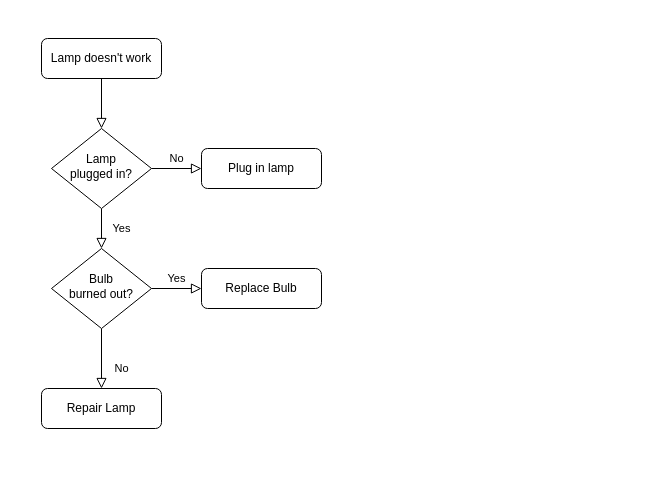
periskaranga/periskaranga.github.io keeps this draw.io diagram as Trackerproject.drawio. Above is the earlier version. Source tidied: cells renumbered, new cells numbered last; positions are measured from the earlier drawing's top-left corner, leaving out a move shared by most shapes. Both pictures are drawn from the tidied source at 100%, with x=0, y=0 at pixel (41, 38).
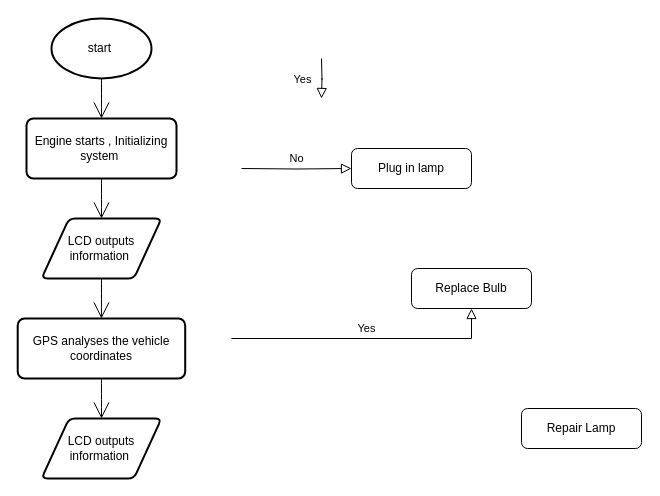
Above is the later version.

The edit, as a diff of the source:
```diff
@@
-    <mxCell id="2" style="rounded=0;html=1;jettySize=auto;fontSize=11;endArrow=block;endFill=0;endSize=8;strokeWidth=1;shadow=0;labelBackgroundColor=none;edgeStyle=orthogonalEdgeStyle;" parent="1" edge="1" source="3" target="6">
-      <mxGeometry relative="1" as="geometry" />
-    </mxCell>
-    <mxCell id="3" value="Lamp doesn't work" style="rounded=1;whiteSpace=wrap;html=1;fontSize=12;glass=0;strokeWidth=1;shadow=0;" parent="1" vertex="1">
-      <mxGeometry width="120" height="40" as="geometry" />
-    </mxCell>
-    <mxCell id="4" value="Yes" style="rounded=0;html=1;jettySize=auto;fontSize=11;endArrow=block;endFill=0;endSize=8;strokeWidth=1;shadow=0;labelBackgroundColor=none;edgeStyle=orthogonalEdgeStyle;" parent="1" edge="1" source="6" target="10">
-      <mxGeometry y="20" relative="1" as="geometry" />
+    <mxCell id="4" value="Yes" style="rounded=0;html=1;jettySize=auto;orthogonalLoop=1;fontSize=11;endArrow=block;endFill=0;endSize=8;strokeWidth=1;shadow=0;labelBackgroundColor=none;edgeStyle=orthogonalEdgeStyle;" parent="1" edge="1">
+      <mxGeometry y="20" relative="1" as="geometry">
+        <mxPoint x="280" y="20" as="sourcePoint" />
+        <mxPoint x="280" y="60" as="targetPoint" />
+      </mxGeometry>
     </mxCell>
-    <mxCell id="5" value="No" style="edgeStyle=orthogonalEdgeStyle;rounded=0;html=1;jettySize=auto;fontSize=11;endArrow=block;endFill=0;endSize=8;strokeWidth=1;shadow=0;labelBackgroundColor=none;" parent="1" edge="1" source="6" target="7">
-      <mxGeometry y="10" relative="1" as="geometry" />
+    <mxCell id="5" value="No" style="edgeStyle=orthogonalEdgeStyle;rounded=0;html=1;jettySize=auto;fontSize=11;endArrow=block;endFill=0;endSize=8;strokeWidth=1;shadow=0;labelBackgroundColor=none;" parent="1" edge="1" target="7">
+      <mxGeometry y="10" relative="1" as="geometry">
+        <mxPoint x="200" y="130" as="sourcePoint" />
+      </mxGeometry>
     </mxCell>
-    <mxCell id="6" value="Lamp&lt;br&gt;plugged in?" style="rhombus;whiteSpace=wrap;html=1;shadow=0;fontFamily=Helvetica;fontSize=12;align=center;strokeWidth=1;spacing=6;spacingTop=-4;" parent="1" vertex="1">
-      <mxGeometry x="10" y="90" width="100" height="80" as="geometry" />
-    </mxCell>
     <mxCell id="7" value="Plug in lamp" style="rounded=1;whiteSpace=wrap;html=1;fontSize=12;glass=0;strokeWidth=1;shadow=0;" parent="1" vertex="1">
-      <mxGeometry x="160" y="110" width="120" height="40" as="geometry" />
+      <mxGeometry x="310" y="110" width="120" height="40" as="geometry" />
     </mxCell>
-    <mxCell id="8" value="No" style="rounded=0;html=1;jettySize=auto;fontSize=11;endArrow=block;endFill=0;endSize=8;strokeWidth=1;shadow=0;labelBackgroundColor=none;edgeStyle=orthogonalEdgeStyle;" parent="1" edge="1" source="10" target="11">
-      <mxGeometry x="0.33" y="20" relative="1" as="geometry" />
-    </mxCell>
-    <mxCell id="9" value="Yes" style="edgeStyle=orthogonalEdgeStyle;rounded=0;html=1;jettySize=auto;fontSize=11;endArrow=block;endFill=0;endSize=8;strokeWidth=1;shadow=0;labelBackgroundColor=none;" parent="1" edge="1" source="10" target="12">
-      <mxGeometry y="10" relative="1" as="geometry" />
+    <mxCell id="9" value="Yes" style="edgeStyle=orthogonalEdgeStyle;rounded=0;html=1;jettySize=auto;fontSize=11;endArrow=block;endFill=0;endSize=8;strokeWidth=1;shadow=0;labelBackgroundColor=none;" parent="1" edge="1" target="12">
+      <mxGeometry y="10" relative="1" as="geometry">
+        <mxPoint x="190" y="300" as="sourcePoint" />
+        <Array as="points">
+          <mxPoint x="430" y="300" />
+        </Array>
+      </mxGeometry>
     </mxCell>
-    <mxCell id="10" value="Bulb&lt;br&gt;burned out?" style="rhombus;whiteSpace=wrap;html=1;shadow=0;fontFamily=Helvetica;fontSize=12;align=center;strokeWidth=1;spacing=6;spacingTop=-4;" parent="1" vertex="1">
-      <mxGeometry x="10" y="210" width="100" height="80" as="geometry" />
-    </mxCell>
     <mxCell id="11" value="Repair Lamp" style="rounded=1;whiteSpace=wrap;html=1;fontSize=12;glass=0;strokeWidth=1;shadow=0;" parent="1" vertex="1">
-      <mxGeometry y="350" width="120" height="40" as="geometry" />
+      <mxGeometry x="480" y="370" width="120" height="40" as="geometry" />
     </mxCell>
     <mxCell id="12" value="Replace Bulb" style="rounded=1;whiteSpace=wrap;html=1;fontSize=12;glass=0;strokeWidth=1;shadow=0;" parent="1" vertex="1">
-      <mxGeometry x="160" y="230" width="120" height="40" as="geometry" />
+      <mxGeometry x="370" y="230" width="120" height="40" as="geometry" />
     </mxCell>
+    <mxCell id="13" style="edgeStyle=none;curved=1;rounded=0;jettySize=auto;html=1;exitX=0.5;exitY=1;exitDx=0;exitDy=0;exitPerimeter=0;entryX=0.5;entryY=0;entryDx=0;entryDy=0;endArrow=open;startSize=14;endSize=14;sourcePerimeterSpacing=8;targetPerimeterSpacing=8;" parent="1" edge="1" source="14" target="20">
+      <mxGeometry relative="1" as="geometry" />
+    </mxCell>
+    <mxCell id="14" value="start&amp;nbsp;" style="strokeWidth=2;html=1;shape=mxgraph.flowchart.start_1;whiteSpace=wrap;hachureGap=4;" parent="1" vertex="1">
+      <mxGeometry x="10" y="-20" width="100" height="60" as="geometry" />
+    </mxCell>
+    <mxCell id="15" style="edgeStyle=none;curved=1;rounded=0;jettySize=auto;html=1;entryX=0.5;entryY=0;entryDx=0;entryDy=0;endArrow=open;startSize=14;endSize=14;sourcePerimeterSpacing=8;targetPerimeterSpacing=8;exitX=0.5;exitY=1;exitDx=0;exitDy=0;" parent="1" edge="1" source="16" target="18">
+      <mxGeometry relative="1" as="geometry" />
+    </mxCell>
+    <mxCell id="16" value="LCD outputs information&amp;nbsp;" style="shape=parallelogram;html=1;strokeWidth=2;perimeter=parallelogramPerimeter;whiteSpace=wrap;rounded=1;arcSize=12;size=0.23;hachureGap=4;" parent="1" vertex="1">
+      <mxGeometry y="180" width="120" height="60" as="geometry" />
+    </mxCell>
+    <mxCell id="17" style="edgeStyle=none;curved=1;rounded=0;jettySize=auto;html=1;exitX=0.5;exitY=1;exitDx=0;exitDy=0;entryX=0.5;entryY=0;entryDx=0;entryDy=0;endArrow=open;startSize=14;endSize=14;sourcePerimeterSpacing=8;targetPerimeterSpacing=8;" parent="1" edge="1" source="18" target="21">
+      <mxGeometry relative="1" as="geometry" />
+    </mxCell>
+    <mxCell id="18" value="GPS analyses the vehicle coordinates" style="rounded=1;whiteSpace=wrap;html=1;absoluteArcSize=1;arcSize=14;strokeWidth=2;hachureGap=4;" parent="1" vertex="1">
+      <mxGeometry x="-23.8" y="280" width="167.5" height="60" as="geometry" />
+    </mxCell>
+    <mxCell id="19" style="edgeStyle=none;curved=1;rounded=0;jettySize=auto;html=1;exitX=0.5;exitY=1;exitDx=0;exitDy=0;entryX=0.5;entryY=0;entryDx=0;entryDy=0;endArrow=open;startSize=14;endSize=14;sourcePerimeterSpacing=8;targetPerimeterSpacing=8;" parent="1" edge="1" source="20" target="16">
+      <mxGeometry relative="1" as="geometry" />
+    </mxCell>
+    <mxCell id="20" value="Engine starts , Initializing system&amp;nbsp;" style="rounded=1;whiteSpace=wrap;html=1;absoluteArcSize=1;arcSize=14;strokeWidth=2;hachureGap=4;" parent="1" vertex="1">
+      <mxGeometry x="-15" y="80" width="150" height="60" as="geometry" />
+    </mxCell>
+    <mxCell id="21" value="LCD outputs information&amp;nbsp;" style="shape=parallelogram;html=1;strokeWidth=2;perimeter=parallelogramPerimeter;whiteSpace=wrap;rounded=1;arcSize=12;size=0.23;hachureGap=4;" parent="1" vertex="1">
+      <mxGeometry y="380" width="120" height="60" as="geometry" />
+    </mxCell>
```
